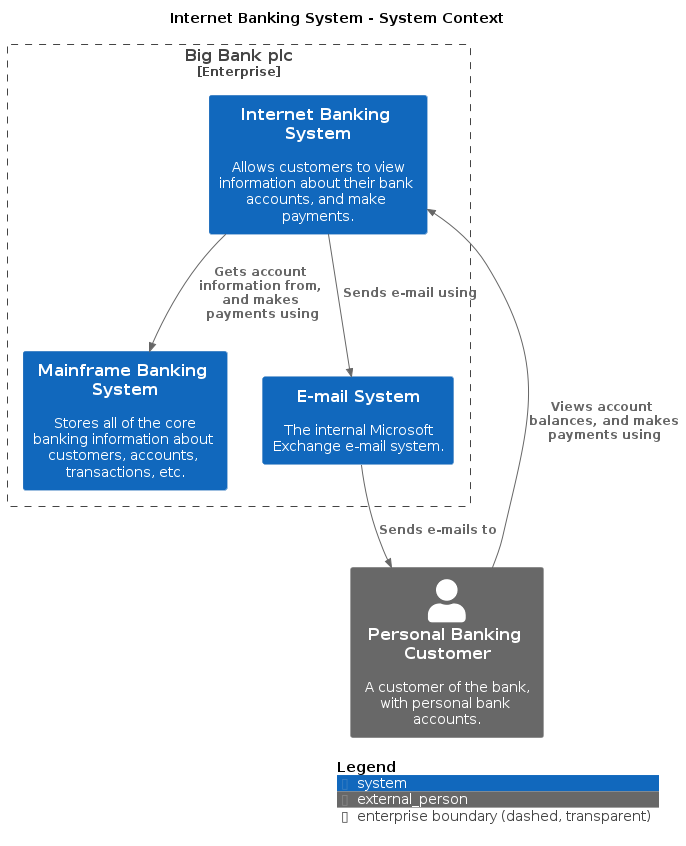
The PlantUML diagram main/png/SystemContext.png in avisi-cloud/structurizr-site-generatr, before a commit. The source it was exported from:
```plantuml
@startuml
title Internet Banking System - System Context

top to bottom direction

!include /home/runner/work/structurizr-site-generatr/structurizr-site-generatr/build/puml-cache/C4.puml
!include /home/runner/work/structurizr-site-generatr/structurizr-site-generatr/build/puml-cache/C4_Context.puml

Enterprise_Boundary(enterprise, "Big Bank plc") {
  System(MainframeBankingSystem, "Mainframe Banking System", "Stores all of the core banking information about customers, accounts, transactions, etc.", $tags="")
  System(EmailSystem, "E-mail System", "The internal Microsoft Exchange e-mail system.", $tags="")
  System(InternetBankingSystem, "Internet Banking System", "Allows customers to view information about their bank accounts, and make payments.", $tags="")
}

Person_Ext(PersonalBankingCustomer, "Personal Banking Customer", "A customer of the bank, with personal bank accounts.", $tags="")

Rel_D(PersonalBankingCustomer, InternetBankingSystem, "Views account balances, and makes payments using", $tags="")
Rel_D(InternetBankingSystem, MainframeBankingSystem, "Gets account information from, and makes payments using", $tags="")
Rel_D(InternetBankingSystem, EmailSystem, "Sends e-mail using", $tags="")
Rel_D(EmailSystem, PersonalBankingCustomer, "Sends e-mails to", $tags="")

SHOW_LEGEND()
@enduml
```
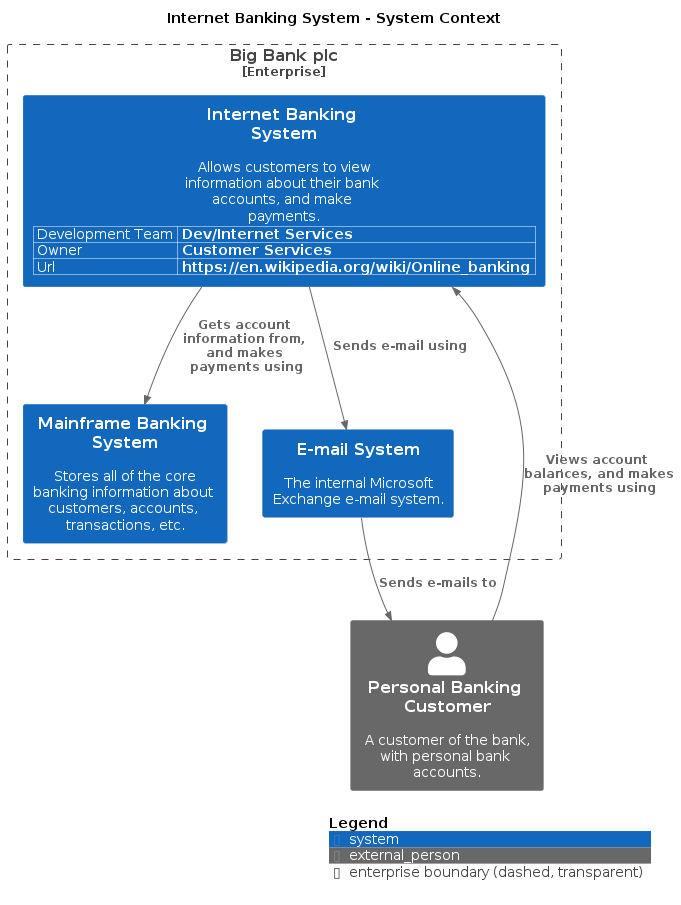
Above is the later version.

What changed in the source:
```diff
@@ -7,8 +7,12 @@
 !include /home/runner/work/structurizr-site-generatr/structurizr-site-generatr/build/puml-cache/C4_Context.puml
 
 Enterprise_Boundary(enterprise, "Big Bank plc") {
-  System(MainframeBankingSystem, "Mainframe Banking System", "Stores all of the core banking information about customers, accounts, transactions, etc.", $tags="")
-  System(EmailSystem, "E-mail System", "The internal Microsoft Exchange e-mail system.", $tags="")
+  System(MainframeBankingSystem, "Mainframe Banking System", "Stores all of the core banking information about customers, accounts, transactions, etc.", $tags="")[[/main/mainframe-banking-system/context/]]
+  System(EmailSystem, "E-mail System", "The internal Microsoft Exchange e-mail system.", $tags="")[[/main/e-mail-system/context/]]
+  WithoutPropertyHeader()
+  AddProperty("Development Team","Dev/Internet Services")
+  AddProperty("Owner","Customer Services")
+  AddProperty("Url","https://en.wikipedia.org/wiki/Online_banking")
   System(InternetBankingSystem, "Internet Banking System", "Allows customers to view information about their bank accounts, and make payments.", $tags="")
 }
 
```
